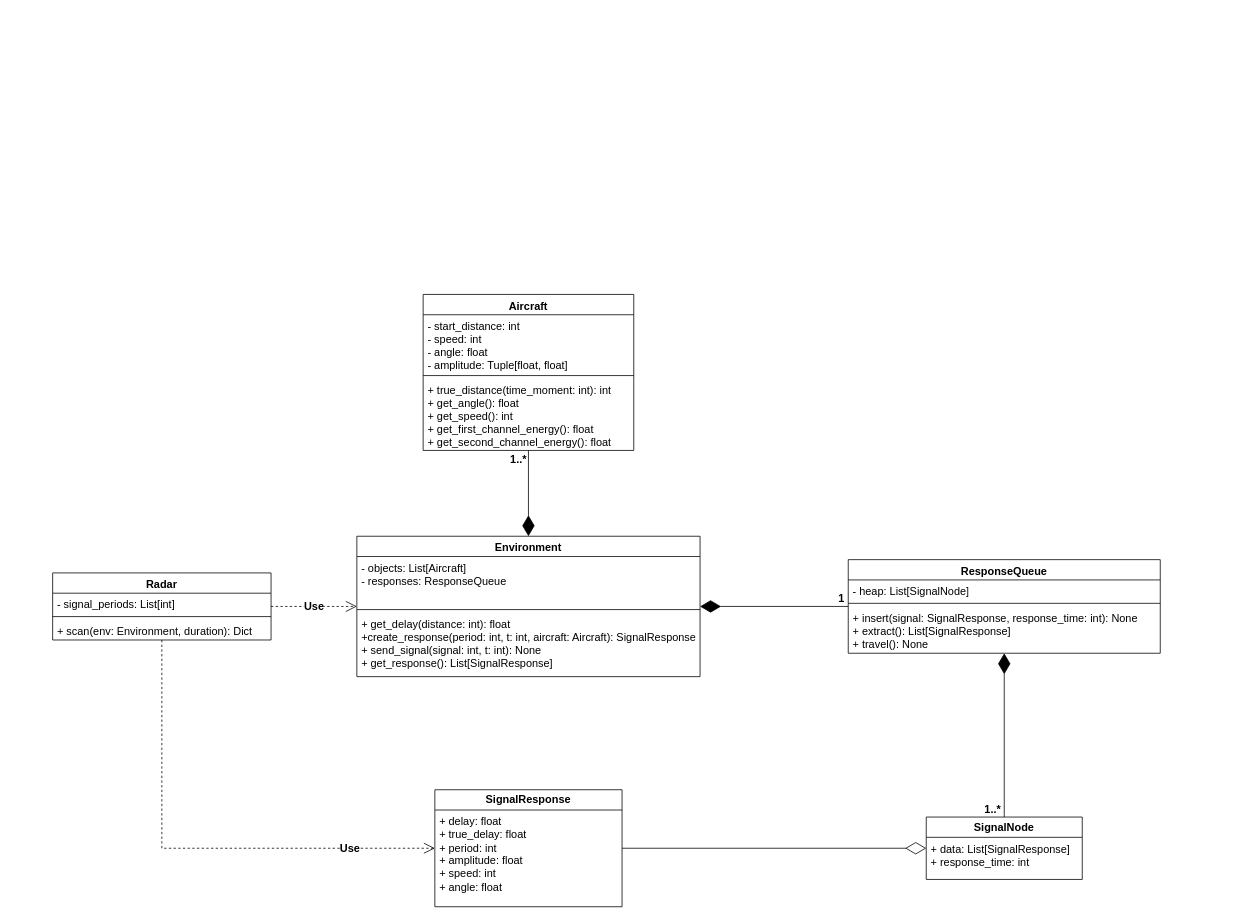
Before: dataset/generator/architecture.drawio in N3xTr1Me/ETU-Grad, a draw.io diagram. Source tidied: cells renumbered, new cells numbered last; positions are measured from the earlier drawing's top-left corner, leaving out a move shared by most shapes. Both pictures are drawn from the tidied source at 78%, with x=0, y=0 at pixel (52, 294).
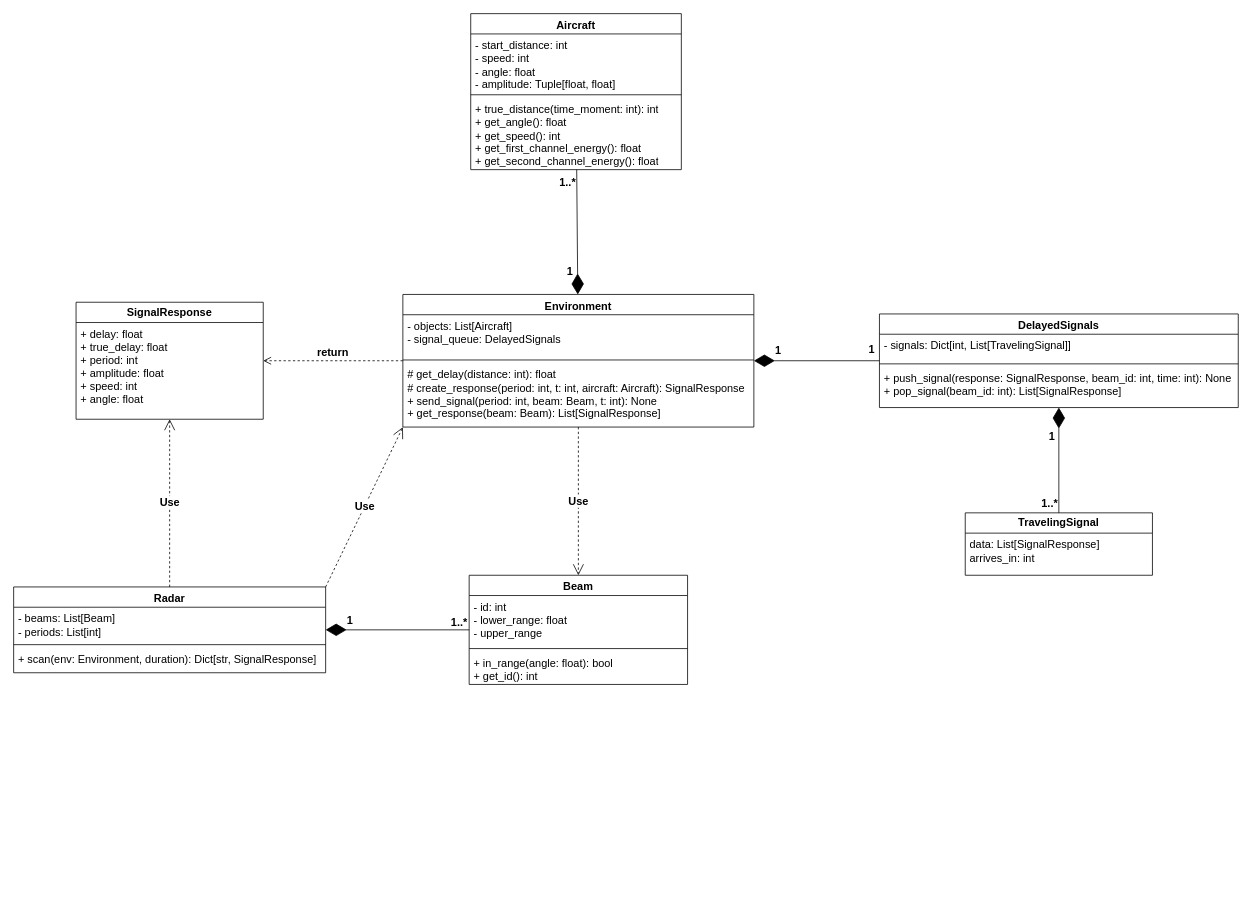
The same diagram, later.

Commit message:
New architecture diagram

Unchanged cells that the change refers to:
```xml
<mxCell id="25" style="endArrow=diamondThin;endFill=1;endSize=24;html=1;rounded=0;" parent="1" edge="1" source="6" target="21">
  <mxGeometry relative="1" as="geometry" />
</mxCell>
```

Change to the diagram source:
```diff
@@
     <mxCell id="2" value="&lt;font style=&quot;font-size: 14px;&quot;&gt;Radar&lt;/font&gt;" style="swimlane;fontStyle=1;align=center;verticalAlign=top;horizontal=1;startSize=26;whiteSpace=wrap;html=1;" parent="1" vertex="1">
-      <mxGeometry y="357" width="280" height="86" as="geometry" />
+      <mxGeometry x="-50" y="375" width="400" height="110" as="geometry" />
     </mxCell>
-    <mxCell id="3" value="&lt;font style=&quot;font-size: 14px;&quot;&gt;- signal_periods: List[int]&lt;/font&gt;" style="text;strokeColor=none;fillColor=none;align=left;verticalAlign=top;spacingLeft=4;spacingRight=4;overflow=hidden;whiteSpace=wrap;html=1;" parent="2" vertex="1">
-      <mxGeometry y="26" width="280" height="26" as="geometry" />
+    <mxCell id="3" value="&lt;font style=&quot;font-size: 14px;&quot;&gt;- beams: List[Beam]&lt;br&gt;- periods: List[int]&lt;br&gt;&lt;/font&gt;" style="text;strokeColor=none;fillColor=none;align=left;verticalAlign=top;spacingLeft=4;spacingRight=4;overflow=hidden;whiteSpace=wrap;html=1;" parent="2" vertex="1">
+      <mxGeometry y="26" width="400" height="44" as="geometry" />
     </mxCell>
     <mxCell id="4" style="line;strokeWidth=1;fillColor=none;align=left;verticalAlign=middle;spacingTop=-1;spacingLeft=3;spacingRight=3;labelPosition=right;strokeColor=inherit;" parent="2" vertex="1">
-      <mxGeometry y="52" width="280" height="8" as="geometry" />
+      <mxGeometry y="70" width="400" height="8" as="geometry" />
     </mxCell>
-    <mxCell id="5" value="&lt;font style=&quot;font-size: 14px;&quot;&gt;+ scan(env: Environment, duration): Dict&lt;/font&gt;" style="text;strokeColor=none;fillColor=none;align=left;verticalAlign=top;spacingLeft=4;spacingRight=4;overflow=hidden;whiteSpace=wrap;html=1;" parent="2" vertex="1">
-      <mxGeometry y="60" width="280" height="26" as="geometry" />
+    <mxCell id="5" value="&lt;font style=&quot;font-size: 14px;&quot;&gt;+ scan(env: Environment, duration): Dict[str, SignalResponse]&lt;/font&gt;" style="text;strokeColor=none;fillColor=none;align=left;verticalAlign=top;spacingLeft=4;spacingRight=4;overflow=hidden;whiteSpace=wrap;html=1;" parent="2" vertex="1">
+      <mxGeometry y="78" width="400" height="32" as="geometry" />
     </mxCell>
     <mxCell id="6" value="&lt;font style=&quot;font-size: 14px;&quot;&gt;Aircraft&lt;/font&gt;" style="swimlane;fontStyle=1;align=center;verticalAlign=top;horizontal=1;startSize=26;whiteSpace=wrap;html=1;" parent="1" vertex="1">
-      <mxGeometry x="475" width="270" height="200" as="geometry" />
+      <mxGeometry x="536" y="-360" width="270" height="200" as="geometry" />
     </mxCell>
@@
     <mxCell id="10" value="&lt;b&gt;&lt;font style=&quot;font-size: 14px;&quot;&gt;SignalResponse&lt;/font&gt;&lt;/b&gt;" style="swimlane;fontStyle=0;horizontal=1;startSize=26;fillColor=none;whiteSpace=wrap;html=1;" parent="1" vertex="1">
-      <mxGeometry x="490" y="635" width="240" height="150" as="geometry" />
+      <mxGeometry x="30" y="10" width="240" height="150" as="geometry" />
     </mxCell>
@@
-    <mxCell id="12" value="&lt;font style=&quot;font-size: 14px;&quot;&gt;ResponseQueue&lt;/font&gt;" style="swimlane;fontStyle=1;align=center;verticalAlign=top;horizontal=1;startSize=26;whiteSpace=wrap;html=1;" parent="1" vertex="1">
-      <mxGeometry x="1020" y="340" width="400" height="120" as="geometry" />
-    </mxCell>
-    <mxCell id="13" value="&lt;font style=&quot;font-size: 14px;&quot;&gt;- heap: List[SignalNode]&lt;/font&gt;" style="text;strokeColor=none;fillColor=none;align=left;verticalAlign=top;spacingLeft=4;spacingRight=4;overflow=hidden;whiteSpace=wrap;html=1;" parent="12" vertex="1">
-      <mxGeometry y="26" width="400" height="26" as="geometry" />
-    </mxCell>
-    <mxCell id="14" style="line;strokeWidth=1;fillColor=none;align=left;verticalAlign=middle;spacingTop=-1;spacingLeft=3;spacingRight=3;labelPosition=right;strokeColor=inherit;" parent="12" vertex="1">
-      <mxGeometry y="52" width="400" height="8" as="geometry" />
-    </mxCell>
-    <mxCell id="15" value="&lt;font style=&quot;font-size: 14px;&quot;&gt;+ insert(signal: SignalResponse, response_time: int): None&lt;br&gt;+ extract(): List[SignalResponse]&lt;br&gt;+ travel(): None&lt;br&gt;&lt;/font&gt;" style="text;strokeColor=none;fillColor=none;align=left;verticalAlign=top;spacingLeft=4;spacingRight=4;overflow=hidden;whiteSpace=wrap;html=1;" parent="12" vertex="1">
-      <mxGeometry y="60" width="400" height="60" as="geometry" />
-    </mxCell>
-    <mxCell id="16" value="&lt;b&gt;&lt;font style=&quot;font-size: 14px;&quot;&gt;SignalNode&lt;/font&gt;&lt;/b&gt;" style="swimlane;fontStyle=0;horizontal=1;startSize=26;fillColor=none;whiteSpace=wrap;html=1;" parent="1" vertex="1">
-      <mxGeometry x="1120" y="670" width="200" height="80" as="geometry" />
-    </mxCell>
-    <mxCell id="17" value="&lt;font style=&quot;font-size: 14px;&quot;&gt;+ data: List[SignalResponse]&lt;br&gt;+ response_time: int&lt;br&gt;&lt;/font&gt;" style="text;strokeColor=none;fillColor=none;align=left;verticalAlign=top;spacingLeft=4;spacingRight=4;overflow=hidden;whiteSpace=wrap;html=1;" parent="16" vertex="1">
-      <mxGeometry y="26" width="200" height="54" as="geometry" />
-    </mxCell>
-    <mxCell id="18" style="endArrow=diamondThin;endFill=1;endSize=24;html=1;rounded=0;" parent="1" edge="1" source="16" target="12">
-      <mxGeometry relative="1" as="geometry" />
-    </mxCell>
-    <mxCell id="19" value="&lt;font style=&quot;font-size: 14px;&quot;&gt;&lt;b&gt;1..*&lt;/b&gt;&lt;/font&gt;" style="edgeLabel;html=1;align=center;verticalAlign=middle;" parent="18" vertex="1">
-      <mxGeometry x="-0.66" y="-1" relative="1" as="geometry">
-        <mxPoint x="-17" y="25" as="offset" />
-      </mxGeometry>
-    </mxCell>
-    <mxCell id="20" style="endArrow=diamondThin;endFill=0;endSize=24;html=1;rounded=0;" parent="1" edge="1" source="10" target="16">
-      <mxGeometry relative="1" as="geometry" />
-    </mxCell>
     <mxCell id="21" value="&lt;font style=&quot;font-size: 14px;&quot;&gt;Environment&lt;/font&gt;" style="swimlane;fontStyle=1;align=center;verticalAlign=top;horizontal=1;startSize=26;whiteSpace=wrap;html=1;" parent="1" vertex="1">
-      <mxGeometry x="390" y="310" width="440" height="180" as="geometry" />
+      <mxGeometry x="449" width="450" height="170" as="geometry" />
     </mxCell>
-    <mxCell id="22" value="&lt;font style=&quot;font-size: 14px;&quot;&gt;- objects: List[Aircraft]&lt;br&gt;- responses: ResponseQueue&lt;br&gt;&lt;/font&gt;" style="text;strokeColor=none;fillColor=none;align=left;verticalAlign=top;spacingLeft=4;spacingRight=4;overflow=hidden;whiteSpace=wrap;html=1;" parent="21" vertex="1">
-      <mxGeometry y="26" width="440" height="64" as="geometry" />
+    <mxCell id="22" value="&lt;font style=&quot;font-size: 14px;&quot;&gt;- objects: List[Aircraft]&lt;br&gt;- signal_queue: DelayedSignals&lt;br&gt;&lt;/font&gt;" style="text;strokeColor=none;fillColor=none;align=left;verticalAlign=top;spacingLeft=4;spacingRight=4;overflow=hidden;whiteSpace=wrap;html=1;" parent="21" vertex="1">
+      <mxGeometry y="26" width="450" height="54" as="geometry" />
     </mxCell>
     <mxCell id="23" style="line;strokeWidth=1;fillColor=none;align=left;verticalAlign=middle;spacingTop=-1;spacingLeft=3;spacingRight=3;labelPosition=right;strokeColor=inherit;" parent="21" vertex="1">
-      <mxGeometry y="90" width="440" height="8" as="geometry" />
+      <mxGeometry y="80" width="450" height="8" as="geometry" />
     </mxCell>
-    <mxCell id="24" value="&lt;font style=&quot;font-size: 14px;&quot;&gt;+ get_delay(distance: int): float&lt;br&gt;+create_response(period: int, t: int, aircraft: Aircraft): SignalResponse&lt;br&gt;+ send_signal(signal: int, t: int): None&lt;br&gt;+ get_response(): List[SignalResponse]&lt;br&gt;&lt;/font&gt;" style="text;strokeColor=none;fillColor=none;align=left;verticalAlign=top;spacingLeft=4;spacingRight=4;overflow=hidden;points=[[0,0.5],[1,0.5]];portConstraint=eastwest;whiteSpace=wrap;html=1;" parent="21" vertex="1">
-      <mxGeometry y="98" width="440" height="82" as="geometry" />
+    <mxCell id="24" value="&lt;font style=&quot;font-size: 14px;&quot;&gt;# get_delay(distance: int): float&lt;br&gt;# create_response(period: int, t: int, aircraft: Aircraft): SignalResponse&lt;br&gt;+ send_signal(period: int, beam: Beam, t: int): None&lt;br&gt;+ get_response(beam: Beam): List[SignalResponse]&lt;br&gt;&lt;/font&gt;" style="text;strokeColor=none;fillColor=none;align=left;verticalAlign=top;spacingLeft=4;spacingRight=4;overflow=hidden;points=[[0,0.5],[1,0.5]];portConstraint=eastwest;whiteSpace=wrap;html=1;" parent="21" vertex="1">
+      <mxGeometry y="88" width="450" height="82" as="geometry" />
     </mxCell>
@@
     <mxCell id="26" value="&lt;font style=&quot;font-size: 14px;&quot;&gt;&lt;b&gt;1..*&lt;/b&gt;&lt;/font&gt;" style="edgeLabel;html=1;align=center;verticalAlign=middle;" parent="25" vertex="1">
       <mxGeometry x="-0.83" y="-1" relative="1" as="geometry">
-        <mxPoint x="-13" y="1" as="offset" />
+        <mxPoint x="-11" y="1" as="offset" />
       </mxGeometry>
     </mxCell>
-    <mxCell id="27" style="endArrow=diamondThin;endFill=1;endSize=24;html=1;rounded=0;" parent="1" edge="1" source="12" target="21">
-      <mxGeometry relative="1" as="geometry" />
-    </mxCell>
-    <mxCell id="28" value="&lt;font style=&quot;font-size: 14px;&quot;&gt;&lt;b&gt;1&lt;/b&gt;&lt;/font&gt;" style="edgeLabel;html=1;align=center;verticalAlign=middle;" parent="27" vertex="1">
-      <mxGeometry x="-0.81" y="-1" relative="1" as="geometry">
-        <mxPoint x="8" y="-10" as="offset" />
-      </mxGeometry>
-    </mxCell>
+    <mxCell id="31" value="&lt;font style=&quot;font-size: 14px;&quot;&gt;&lt;b&gt;1&lt;/b&gt;&lt;/font&gt;" style="edgeLabel;html=1;align=center;verticalAlign=middle;" parent="25" vertex="1">
+      <mxGeometry x="0.5" y="-1" relative="1" as="geometry">
+        <mxPoint x="-9" y="10" as="offset" />
+      </mxGeometry>
+    </mxCell>
-    <mxCell id="29" value="&lt;font style=&quot;font-size: 14px;&quot;&gt;&lt;b&gt;Use&lt;/b&gt;&lt;/font&gt;" style="endArrow=open;endSize=12;dashed=1;html=1;rounded=0;" parent="1" edge="1" source="2" target="21">
+    <mxCell id="29" value="&lt;font style=&quot;font-size: 14px;&quot;&gt;&lt;b&gt;Use&lt;/b&gt;&lt;/font&gt;" style="endArrow=open;endSize=12;dashed=1;html=1;rounded=0;entryX=0;entryY=1.001;entryDx=0;entryDy=0;entryPerimeter=0;exitX=1;exitY=0;exitDx=0;exitDy=0;" parent="1" edge="1" source="2" target="24">
       <mxGeometry relative="1" as="geometry" />
     </mxCell>
+    <mxCell id="32" value="&lt;b style=&quot;border-color: var(--border-color); font-size: 14px;&quot;&gt;Beam&lt;/b&gt;" style="swimlane;fontStyle=1;align=center;verticalAlign=top;horizontal=1;startSize=26;whiteSpace=wrap;html=1;" parent="1" vertex="1">
+      <mxGeometry x="534" y="360" width="280" height="140" as="geometry" />
+    </mxCell>
+    <mxCell id="33" value="&lt;font style=&quot;font-size: 14px;&quot;&gt;- id: int&lt;br style=&quot;border-color: var(--border-color);&quot;&gt;- lower_range: float&lt;br&gt;- upper_range&lt;br&gt;&lt;/font&gt;" style="text;strokeColor=none;fillColor=none;align=left;verticalAlign=top;spacingLeft=4;spacingRight=4;overflow=hidden;whiteSpace=wrap;html=1;" parent="32" vertex="1">
+      <mxGeometry y="26" width="280" height="64" as="geometry" />
+    </mxCell>
+    <mxCell id="34" style="line;strokeWidth=1;fillColor=none;align=left;verticalAlign=middle;spacingTop=-1;spacingLeft=3;spacingRight=3;labelPosition=right;strokeColor=inherit;" parent="32" vertex="1">
+      <mxGeometry y="90" width="280" height="8" as="geometry" />
+    </mxCell>
+    <mxCell id="35" value="&lt;font style=&quot;font-size: 14px;&quot;&gt;+ in_range(angle: float): bool&lt;br&gt;+ get_id(): int&lt;br&gt;&lt;/font&gt;" style="text;strokeColor=none;fillColor=none;align=left;verticalAlign=top;spacingLeft=4;spacingRight=4;overflow=hidden;whiteSpace=wrap;html=1;" parent="32" vertex="1">
+      <mxGeometry y="98" width="280" height="42" as="geometry" />
+    </mxCell>
+    <mxCell id="36" style="endArrow=diamondThin;endFill=1;endSize=24;html=1;rounded=0;" parent="1" edge="1" source="32" target="2">
+      <mxGeometry relative="1" as="geometry" />
+    </mxCell>
+    <mxCell id="37" value="&lt;font style=&quot;font-size: 14px;&quot;&gt;&lt;b&gt;1&lt;/b&gt;&lt;/font&gt;" style="edgeLabel;html=1;align=center;verticalAlign=middle;" parent="36" vertex="1">
+      <mxGeometry x="0.28" y="-2" relative="1" as="geometry">
+        <mxPoint x="-36" y="-11" as="offset" />
+      </mxGeometry>
+    </mxCell>
+    <mxCell id="38" value="&lt;font style=&quot;font-size: 14px;&quot;&gt;&lt;b&gt;1..*&lt;/b&gt;&lt;/font&gt;" style="edgeLabel;html=1;align=center;verticalAlign=middle;" parent="36" vertex="1">
+      <mxGeometry x="-0.68" y="-1" relative="1" as="geometry">
+        <mxPoint x="15" y="-10" as="offset" />
+      </mxGeometry>
+    </mxCell>
+    <mxCell id="39" value="&lt;font style=&quot;font-size: 14px;&quot;&gt;DelayedSignals&lt;/font&gt;" style="swimlane;fontStyle=1;align=center;verticalAlign=top;horizontal=1;startSize=26;whiteSpace=wrap;html=1;" parent="1" vertex="1">
+      <mxGeometry x="1060" y="25" width="460" height="120" as="geometry" />
+    </mxCell>
+    <mxCell id="40" value="&lt;font style=&quot;font-size: 14px;&quot;&gt;- signals: Dict[int, List[TravelingSignal]]&lt;br&gt;&lt;/font&gt;" style="text;strokeColor=none;fillColor=none;align=left;verticalAlign=top;spacingLeft=4;spacingRight=4;overflow=hidden;whiteSpace=wrap;html=1;" parent="39" vertex="1">
+      <mxGeometry y="26" width="460" height="34" as="geometry" />
+    </mxCell>
+    <mxCell id="41" style="line;strokeWidth=1;fillColor=none;align=left;verticalAlign=middle;spacingTop=-1;spacingLeft=3;spacingRight=3;labelPosition=right;strokeColor=inherit;" parent="39" vertex="1">
+      <mxGeometry y="60" width="460" height="8" as="geometry" />
+    </mxCell>
+    <mxCell id="42" value="&lt;font style=&quot;font-size: 14px;&quot;&gt;+ push_signal(response: SignalResponse, beam_id: int, time: int): None&lt;br&gt;+ pop_signal(beam_id: int): List[SignalResponse]&lt;br&gt;&lt;/font&gt;" style="text;strokeColor=none;fillColor=none;align=left;verticalAlign=top;spacingLeft=4;spacingRight=4;overflow=hidden;whiteSpace=wrap;html=1;" parent="39" vertex="1">
+      <mxGeometry y="68" width="460" height="52" as="geometry" />
+    </mxCell>
+    <mxCell id="43" value="&lt;span style=&quot;font-size: 14px;&quot;&gt;&lt;b&gt;TravelingSignal&lt;/b&gt;&lt;/span&gt;" style="swimlane;fontStyle=0;horizontal=1;startSize=26;fillColor=none;whiteSpace=wrap;html=1;" parent="1" vertex="1">
+      <mxGeometry x="1170" y="280" width="240" height="80" as="geometry" />
+    </mxCell>
+    <mxCell id="44" value="&lt;font style=&quot;font-size: 14px;&quot;&gt;data: List[SignalResponse]&lt;br&gt;arrives_in: int&lt;br&gt;&lt;/font&gt;" style="text;strokeColor=none;fillColor=none;align=left;verticalAlign=top;spacingLeft=4;spacingRight=4;overflow=hidden;whiteSpace=wrap;html=1;" parent="43" vertex="1">
+      <mxGeometry y="26" width="240" height="54" as="geometry" />
+    </mxCell>
+    <mxCell id="45" style="endArrow=diamondThin;endFill=1;endSize=24;html=1;rounded=0;" parent="1" edge="1" source="43" target="39">
+      <mxGeometry relative="1" as="geometry" />
+    </mxCell>
+    <mxCell id="46" value="&lt;font style=&quot;font-size: 14px;&quot;&gt;&lt;b&gt;1..*&lt;/b&gt;&lt;/font&gt;" style="edgeLabel;html=1;align=center;verticalAlign=middle;" parent="45" vertex="1">
+      <mxGeometry x="-0.83" y="-1" relative="1" as="geometry">
+        <mxPoint x="-14" y="-2" as="offset" />
+      </mxGeometry>
+    </mxCell>
+    <mxCell id="47" value="&lt;font style=&quot;font-size: 14px;&quot;&gt;&lt;b&gt;1&lt;/b&gt;&lt;/font&gt;" style="edgeLabel;html=1;align=center;verticalAlign=middle;" parent="45" vertex="1">
+      <mxGeometry x="0.5" y="-1" relative="1" as="geometry">
+        <mxPoint x="-11" y="2" as="offset" />
+      </mxGeometry>
+    </mxCell>
+    <mxCell id="48" style="endArrow=diamondThin;endFill=1;endSize=24;html=1;rounded=0;" parent="1" edge="1" source="39" target="21">
+      <mxGeometry relative="1" as="geometry" />
+    </mxCell>
+    <mxCell id="49" value="&lt;font style=&quot;font-size: 14px;&quot;&gt;&lt;b&gt;1&lt;/b&gt;&lt;/font&gt;" style="edgeLabel;html=1;align=center;verticalAlign=middle;" parent="48" vertex="1">
+      <mxGeometry x="0.44" y="-1" relative="1" as="geometry">
+        <mxPoint x="-15" y="-13" as="offset" />
+      </mxGeometry>
+    </mxCell>
+    <mxCell id="50" value="&lt;font style=&quot;font-size: 14px;&quot;&gt;&lt;b&gt;1&lt;/b&gt;&lt;/font&gt;" style="edgeLabel;html=1;align=center;verticalAlign=middle;" parent="48" vertex="1">
+      <mxGeometry x="-0.72" y="-1" relative="1" as="geometry">
+        <mxPoint x="12" y="-14" as="offset" />
+      </mxGeometry>
+    </mxCell>
+    <mxCell id="51" value="&lt;font style=&quot;font-size: 14px;&quot;&gt;&lt;b&gt;Use&lt;/b&gt;&lt;/font&gt;" style="endArrow=open;endSize=12;dashed=1;html=1;rounded=0;" parent="1" edge="1" source="21" target="32">
+      <mxGeometry relative="1" as="geometry" />
+    </mxCell>
+    <mxCell id="52" value="&lt;font style=&quot;font-size: 14px;&quot;&gt;&lt;b&gt;return&lt;/b&gt;&lt;/font&gt;" style="html=1;verticalAlign=bottom;endArrow=open;dashed=1;endSize=8;curved=0;rounded=0;" parent="1" edge="1" source="21" target="10">
+      <mxGeometry relative="1" as="geometry" />
+    </mxCell>
     <mxCell id="30" value="&lt;font style=&quot;font-size: 14px;&quot;&gt;&lt;b&gt;Use&lt;/b&gt;&lt;/font&gt;" style="endArrow=open;endSize=12;dashed=1;html=1;rounded=0;" parent="1" edge="1" source="2" target="10">
-      <mxGeometry x="0.65" relative="1" as="geometry">
-        <Array as="points">
-          <mxPoint x="140" y="710" />
-        </Array>
-        <mxPoint x="-1" as="offset" />
-      </mxGeometry>
+      <mxGeometry relative="1" as="geometry" />
     </mxCell>
```
